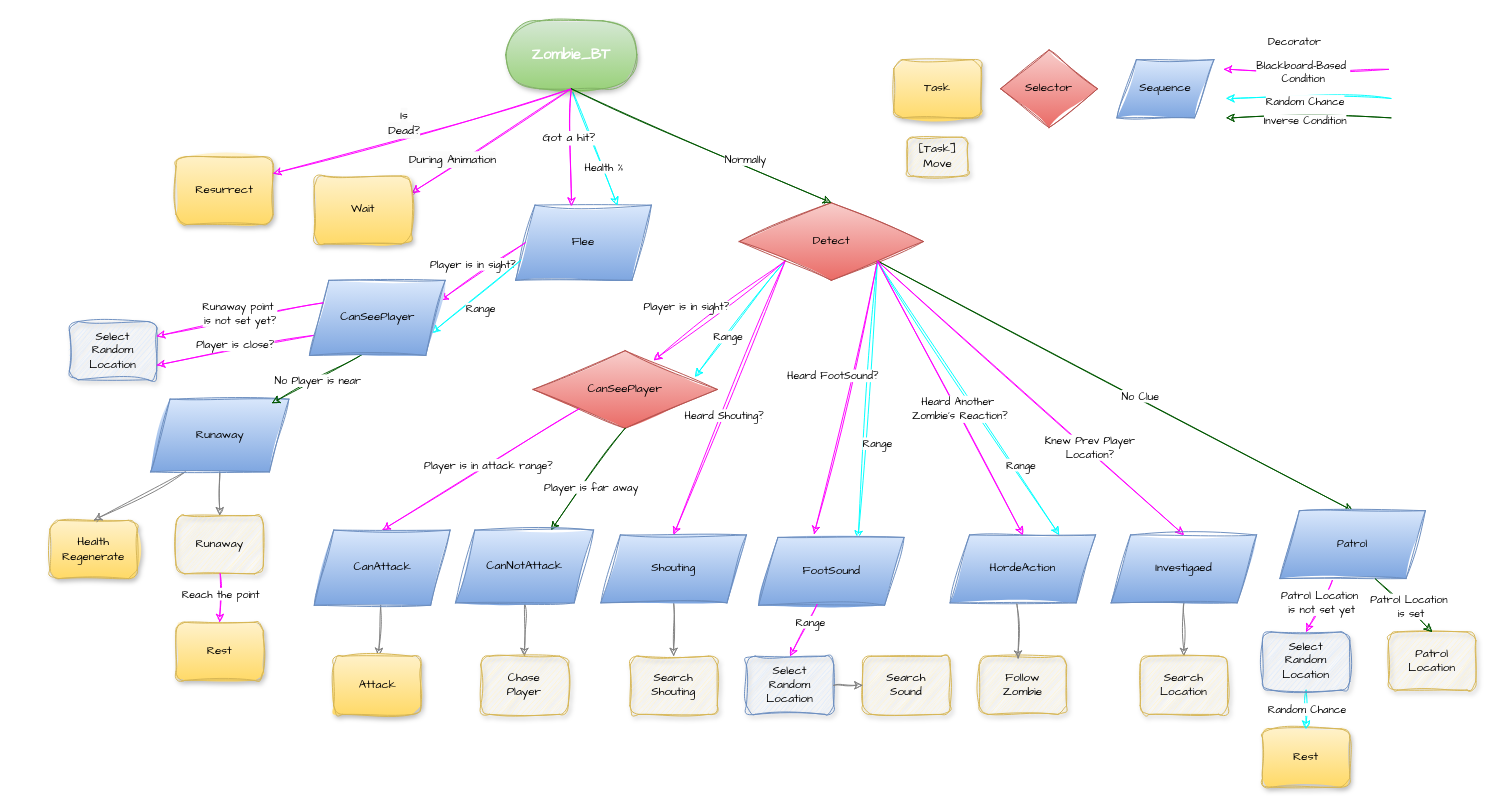
Above: JungSeungWon/기타/Zombie_BT.drawio in 2023gamedev/project (draw.io), before the change. Source tidied: cells renumbered, new cells numbered last; positions are measured from the earlier drawing's top-left corner, leaving out a move shared by most shapes. Both pictures are drawn from the tidied source at 97%, with x=0, y=0 at pixel (49, 20).
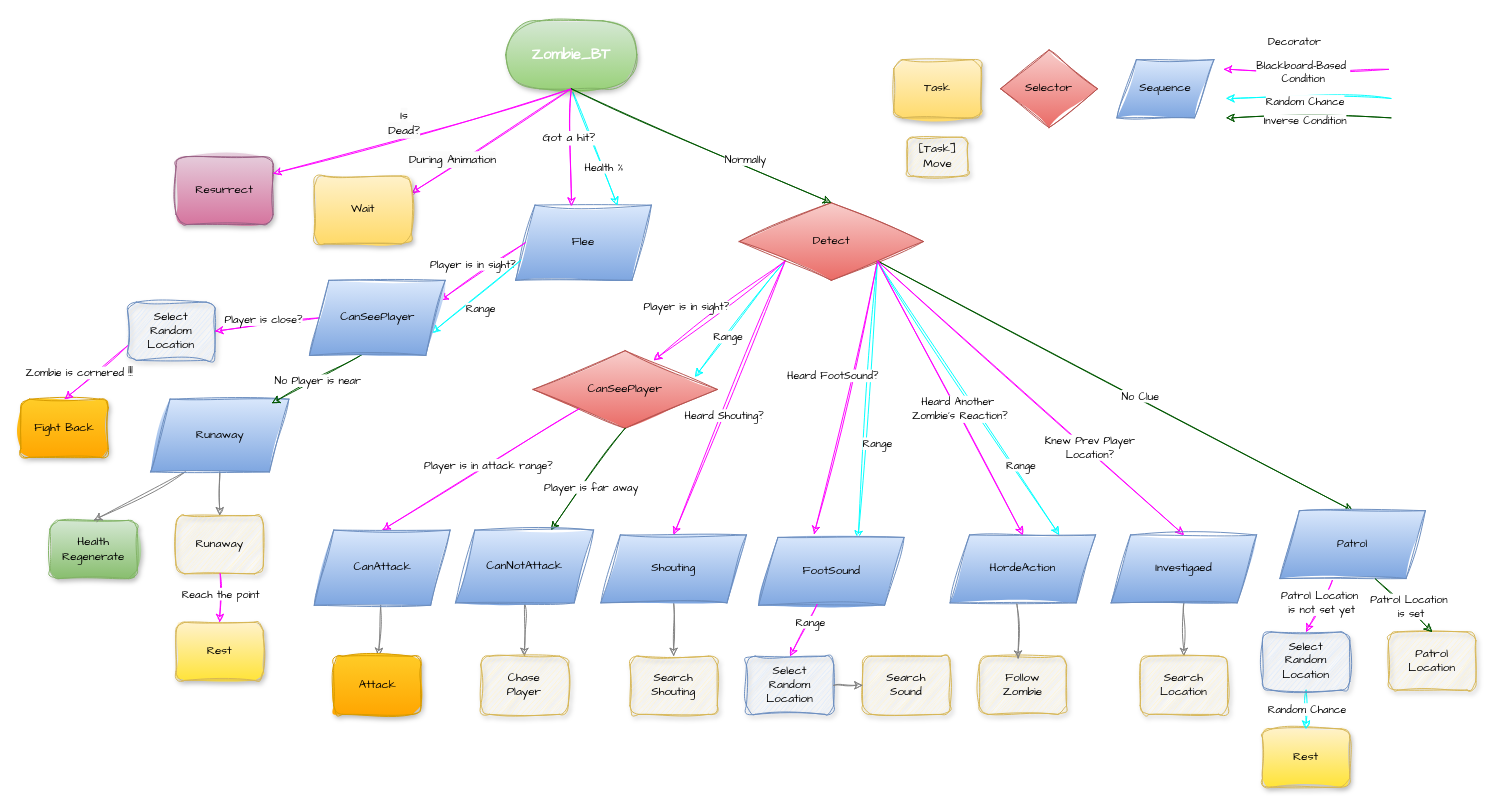
After the change.

Unchanged cells that the change refers to:
```xml
<mxCell id="96" value="CanSeePlayer" style="shape=parallelogram;perimeter=parallelogramPerimeter;whiteSpace=wrap;html=1;fixedSize=1;sketch=1;hachureGap=4;jiggle=2;curveFitting=1;fontFamily=Architects Daughter;fillColor=#dae8fc;gradientColor=#7ea6e0;strokeColor=#6c8ebf;" parent="1" vertex="1">
  <mxGeometry x="267.5" y="267.5" width="140" height="77.5" as="geometry" />
</mxCell>
```

Diff of the diagram source:
```diff
@@
-    <mxCell id="43" value="&lt;div&gt;Attack&lt;/div&gt;" style="whiteSpace=wrap;html=1;rounded=1;shadow=1;labelBackgroundColor=none;strokeWidth=1;fontFamily=Architects Daughter;fontSize=12;align=center;sketch=1;curveFitting=1;jiggle=2;fillColor=#fff2cc;gradientColor=#ffd966;strokeColor=#d6b656;" parent="1" vertex="1">
+    <mxCell id="43" value="&lt;div&gt;Attack&lt;/div&gt;" style="whiteSpace=wrap;html=1;rounded=1;shadow=1;labelBackgroundColor=none;strokeWidth=1;fontFamily=Architects Daughter;fontSize=12;align=center;sketch=1;curveFitting=1;jiggle=2;fillColor=#ffcd28;strokeColor=#d79b00;gradientColor=#ffa500;" parent="1" vertex="1">
       <mxGeometry x="292.5" y="655" width="90" height="60" as="geometry" />
     </mxCell>
@@
-    <mxCell id="50" value="Rest" style="whiteSpace=wrap;html=1;rounded=1;shadow=1;labelBackgroundColor=none;strokeWidth=1;fontFamily=Architects Daughter;fontSize=12;align=center;sketch=1;curveFitting=1;jiggle=2;fillColor=#fff2cc;gradientColor=#ffd966;strokeColor=#d6b656;" parent="1" vertex="1">
+    <mxCell id="50" value="Rest" style="whiteSpace=wrap;html=1;rounded=1;shadow=1;labelBackgroundColor=none;strokeWidth=1;fontFamily=Architects Daughter;fontSize=12;align=center;sketch=1;curveFitting=1;jiggle=2;fillColor=#fff2cc;gradientColor=#FFE337;strokeColor=#d6b656;" parent="1" vertex="1">
       <mxGeometry x="1250" y="730" width="90" height="60" as="geometry" />
     </mxCell>
@@
-    <mxCell id="60" value="&lt;div&gt;Health Regenerate&lt;/div&gt;" style="whiteSpace=wrap;html=1;rounded=1;shadow=1;labelBackgroundColor=none;strokeWidth=1;fontFamily=Architects Daughter;fontSize=12;align=center;sketch=1;curveFitting=1;jiggle=2;fillColor=#fff2cc;gradientColor=#ffd966;strokeColor=#d6b656;" parent="1" vertex="1">
+    <mxCell id="60" value="&lt;div&gt;Health Regenerate&lt;/div&gt;" style="whiteSpace=wrap;html=1;rounded=1;shadow=1;labelBackgroundColor=none;strokeWidth=1;fontFamily=Architects Daughter;fontSize=12;align=center;sketch=1;curveFitting=1;jiggle=2;fillColor=#d5e8d4;gradientColor=#88BE6E;strokeColor=#82b366;" parent="1" vertex="1">
       <mxGeometry y="515" width="90" height="60" as="geometry" />
     </mxCell>
@@
-    <mxCell id="77" value="Resurrect" style="whiteSpace=wrap;html=1;rounded=1;shadow=1;labelBackgroundColor=none;strokeWidth=1;fontFamily=Architects Daughter;fontSize=12;align=center;sketch=1;curveFitting=1;jiggle=2;fillColor=#fff2cc;gradientColor=#ffd966;strokeColor=#d6b656;" parent="1" vertex="1">
+    <mxCell id="77" value="Resurrect" style="whiteSpace=wrap;html=1;rounded=1;shadow=1;labelBackgroundColor=none;strokeWidth=1;fontFamily=Architects Daughter;fontSize=12;align=center;sketch=1;curveFitting=1;jiggle=2;fillColor=#e6d0de;gradientColor=#d5739d;strokeColor=#996185;" parent="1" vertex="1">
       <mxGeometry x="130" y="140" width="100" height="70" as="geometry" />
     </mxCell>
@@
     <mxCell id="80" value="&lt;div&gt;Select&lt;br&gt;Random&lt;br&gt;Location&lt;/div&gt;" style="whiteSpace=wrap;html=1;rounded=1;shadow=1;labelBackgroundColor=none;strokeWidth=1;fontFamily=Architects Daughter;fontSize=12;align=center;sketch=1;curveFitting=1;jiggle=2;fillColor=#dae8fc;strokeColor=#6C8EBF;" parent="1" vertex="1">
-      <mxGeometry x="20" y="310" width="90" height="60" as="geometry" />
+      <mxGeometry x="80" y="290" width="90" height="60" as="geometry" />
     </mxCell>
-    <mxCell id="81" style="rounded=0;sketch=1;hachureGap=4;jiggle=2;curveFitting=1;jettySize=auto;html=1;exitX=0;exitY=0.75;exitDx=0;exitDy=0;entryX=1;entryY=0.75;entryDx=0;entryDy=0;fontFamily=Architects Daughter;fillColor=#d5e8d4;gradientColor=#97d077;strokeColor=#FF00FF;" parent="1" edge="1" source="96" target="80">
+    <mxCell id="81" style="rounded=0;sketch=1;hachureGap=4;jiggle=2;curveFitting=1;jettySize=auto;html=1;exitX=0;exitY=0.5;exitDx=0;exitDy=0;entryX=1;entryY=0.5;entryDx=0;entryDy=0;fontFamily=Architects Daughter;fillColor=#d5e8d4;gradientColor=#97d077;strokeColor=#FF00FF;" parent="1" edge="1" source="96" target="80">
       <mxGeometry relative="1" as="geometry" />
     </mxCell>
@@
-    <mxCell id="93" value="Rest" style="whiteSpace=wrap;html=1;rounded=1;shadow=1;labelBackgroundColor=none;strokeWidth=1;fontFamily=Architects Daughter;fontSize=12;align=center;sketch=1;curveFitting=1;jiggle=2;fillColor=#fff2cc;gradientColor=#ffd966;strokeColor=#d6b656;" parent="1" vertex="1">
+    <mxCell id="93" value="Rest" style="whiteSpace=wrap;html=1;rounded=1;shadow=1;labelBackgroundColor=none;strokeWidth=1;fontFamily=Architects Daughter;fontSize=12;align=center;sketch=1;curveFitting=1;jiggle=2;fillColor=#fff2cc;gradientColor=#FFE337;strokeColor=#d6b656;" parent="1" vertex="1">
       <mxGeometry x="130" y="620" width="90" height="60" as="geometry" />
     </mxCell>
@@
-    <mxCell id="97" style="rounded=0;sketch=1;hachureGap=4;jiggle=2;curveFitting=1;jettySize=auto;html=1;exitX=0;exitY=0.25;exitDx=0;exitDy=0;entryX=1;entryY=0.25;entryDx=0;entryDy=0;fontFamily=Architects Daughter;fillColor=#d5e8d4;gradientColor=#97d077;strokeColor=#FF00FF;" parent="1" edge="1" source="96" target="80">
-      <mxGeometry relative="1" as="geometry" />
-    </mxCell>
-    <mxCell id="98" value="Runaway point&amp;nbsp;&lt;div&gt;is not set yet?&lt;/div&gt;" style="edgeLabel;html=1;align=center;verticalAlign=middle;sketch=1;hachureGap=4;jiggle=2;curveFitting=1;fontFamily=Architects Daughter;" parent="97" vertex="1">
-      <mxGeometry x="-0.08" relative="1" as="geometry">
-        <mxPoint x="-8" y="-5" as="offset" />
-      </mxGeometry>
-    </mxCell>
@@
+    <mxCell id="103" value="&lt;div&gt;Fight Back&lt;/div&gt;" style="whiteSpace=wrap;html=1;rounded=1;shadow=1;labelBackgroundColor=none;strokeWidth=1;fontFamily=Architects Daughter;fontSize=12;align=center;sketch=1;curveFitting=1;jiggle=2;fillColor=#ffcd28;gradientColor=#ffa500;strokeColor=#d79b00;" parent="1" vertex="1">
+      <mxGeometry x="-30" y="390" width="90" height="60" as="geometry" />
+    </mxCell>
+    <mxCell id="104" style="rounded=0;sketch=1;hachureGap=4;jiggle=2;curveFitting=1;jettySize=auto;html=1;exitX=0;exitY=0.75;exitDx=0;exitDy=0;entryX=0.5;entryY=0;entryDx=0;entryDy=0;fontFamily=Architects Daughter;fillColor=#d5e8d4;gradientColor=#97d077;strokeColor=#FF00FF;" parent="1" edge="1" source="80" target="103">
+      <mxGeometry relative="1" as="geometry" />
+    </mxCell>
+    <mxCell id="105" value="Zombie is cornered !!!" style="edgeLabel;html=1;align=center;verticalAlign=middle;sketch=1;hachureGap=4;jiggle=2;curveFitting=1;fontFamily=Architects Daughter;" parent="104" vertex="1">
+      <mxGeometry x="-0.08" relative="1" as="geometry">
+        <mxPoint x="-21" y="2" as="offset" />
+      </mxGeometry>
+    </mxCell>
```
